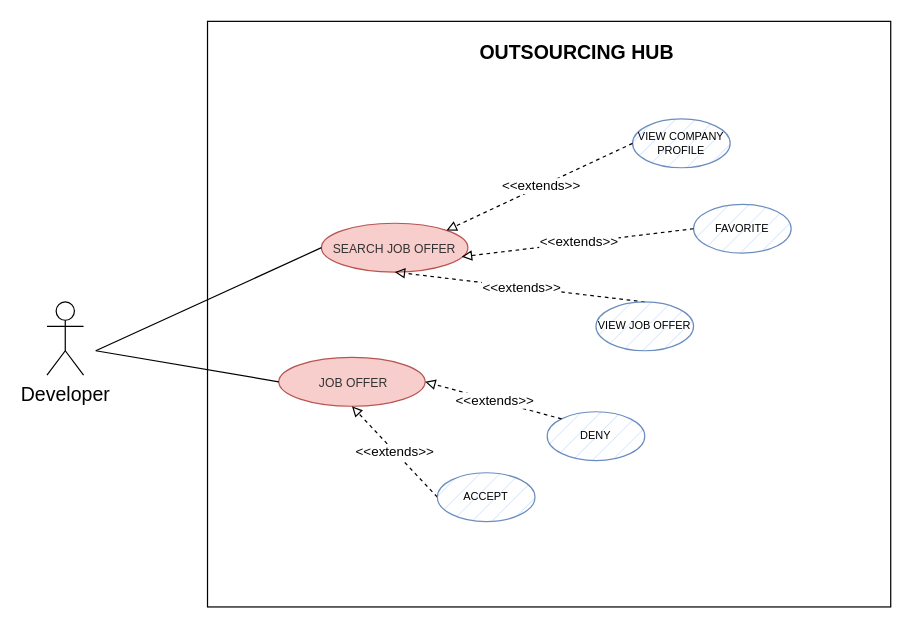
The draw.io diagram use_cases/use_cases_dev.drawio in mattiadanisi00/ids, before the edit. Source tidied: cells renumbered, new cells numbered last; positions are measured from the earlier drawing's top-left corner, leaving out a move shared by most shapes. Both pictures are drawn from the tidied source at 122%, with x=0, y=0 at pixel (46, 21).
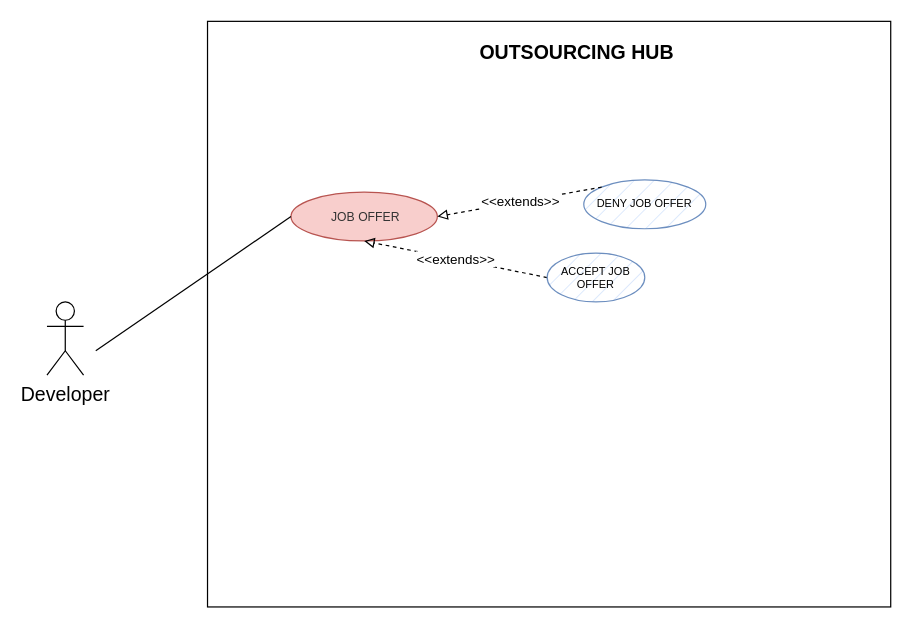
After the change.

What changed in the source:
```diff
@@
-    <mxCell id="5" value="&lt;span style=&quot;caret-color: rgb(0, 0, 0); font-family: Helvetica; font-size: x-small; font-style: normal; font-variant-caps: normal; font-weight: 400; letter-spacing: normal; text-align: center; text-indent: 0px; text-transform: none; word-spacing: 0px; -webkit-text-stroke-width: 0px; text-decoration: none; float: none; display: inline !important;&quot;&gt;&lt;font color=&quot;#333333&quot;&gt;SEARCH JOB OFFER&lt;/font&gt;&lt;/span&gt;" style="ellipse;whiteSpace=wrap;html=1;fillColor=#f8cecc;strokeColor=#b85450;" parent="1" vertex="1">
-      <mxGeometry x="225" y="165.5" width="120" height="40" as="geometry" />
-    </mxCell>
-    <mxCell id="6" style="edgeStyle=none;rounded=0;jettySize=auto;html=1;strokeColor=default;strokeWidth=1;fontSize=10;startArrow=none;startFill=0;endArrow=none;endFill=0;exitX=0;exitY=0.5;exitDx=0;exitDy=0;" parent="1" edge="1" source="5">
-      <mxGeometry relative="1" as="geometry">
-        <mxPoint x="40" y="270" as="targetPoint" />
-      </mxGeometry>
-    </mxCell>
-    <mxCell id="7" value="&lt;font style=&quot;font-size: 9px;&quot;&gt;VIEW COMPANY PROFILE&lt;br style=&quot;font-size: 9px;&quot;&gt;&lt;/font&gt;" style="ellipse;whiteSpace=wrap;html=1;fillColor=#dae8fc;strokeColor=#6c8ebf;fontSize=9;strokeWidth=1;fillStyle=hatch;" parent="1" vertex="1">
-      <mxGeometry x="480" y="80" width="80" height="40" as="geometry" />
-    </mxCell>
-    <mxCell id="8" value="&amp;lt;&amp;lt;extends&amp;gt;&amp;gt;" style="endArrow=block;endFill=0;html=1;rounded=0;dashed=1;exitX=0;exitY=0.5;exitDx=0;exitDy=0;entryX=1;entryY=0;entryDx=0;entryDy=0;" parent="1" edge="1" source="7" target="5">
-      <mxGeometry x="-0.01" relative="1" as="geometry" />
-    </mxCell>
-    <mxCell id="9" value="&lt;font style=&quot;font-size: 9px;&quot;&gt;FAVORITE&lt;br style=&quot;font-size: 9px;&quot;&gt;&lt;/font&gt;" style="ellipse;whiteSpace=wrap;html=1;fillColor=#dae8fc;strokeColor=#6c8ebf;fontSize=9;strokeWidth=1;fillStyle=hatch;" parent="1" vertex="1">
-      <mxGeometry x="530" y="150" width="80" height="40" as="geometry" />
-    </mxCell>
-    <mxCell id="10" value="&amp;lt;&amp;lt;extends&amp;gt;&amp;gt;" style="endArrow=block;endFill=0;html=1;rounded=0;dashed=1;exitX=0;exitY=0.5;exitDx=0;exitDy=0;entryX=0.958;entryY=0.686;entryDx=0;entryDy=0;entryPerimeter=0;" parent="1" edge="1" source="9" target="5">
-      <mxGeometry x="-0.01" relative="1" as="geometry" />
-    </mxCell>
-    <mxCell id="11" value="&amp;lt;&amp;lt;extends&amp;gt;&amp;gt;" style="endArrow=block;endFill=0;html=1;rounded=0;dashed=1;entryX=0.5;entryY=1;entryDx=0;entryDy=0;exitX=0.5;exitY=0;exitDx=0;exitDy=0;" parent="1" edge="1" source="12" target="5">
-      <mxGeometry x="-0.01" relative="1" as="geometry" />
-    </mxCell>
-    <mxCell id="12" value="&lt;font style=&quot;font-size: 9px;&quot;&gt;VIEW JOB OFFER&lt;br style=&quot;font-size: 9px;&quot;&gt;&lt;/font&gt;" style="ellipse;whiteSpace=wrap;html=1;fillColor=#dae8fc;strokeColor=#6c8ebf;fontSize=9;strokeWidth=1;fillStyle=hatch;" parent="1" vertex="1">
-      <mxGeometry x="450" y="230" width="80" height="40" as="geometry" />
-    </mxCell>
     <mxCell id="13" value="&lt;span style=&quot;caret-color: rgb(0, 0, 0); font-family: Helvetica; font-size: x-small; font-style: normal; font-variant-caps: normal; font-weight: 400; letter-spacing: normal; text-align: center; text-indent: 0px; text-transform: none; word-spacing: 0px; -webkit-text-stroke-width: 0px; text-decoration: none; float: none; display: inline !important;&quot;&gt;&lt;font color=&quot;#333333&quot;&gt;&amp;nbsp;JOB OFFER&lt;/font&gt;&lt;/span&gt;" style="ellipse;whiteSpace=wrap;html=1;fillColor=#f8cecc;strokeColor=#b85450;" parent="1" vertex="1">
-      <mxGeometry x="190" y="275.5" width="120" height="40" as="geometry" />
+      <mxGeometry x="200" y="140" width="120" height="40" as="geometry" />
     </mxCell>
@@
-    <mxCell id="16" value="&lt;font style=&quot;font-size: 9px;&quot;&gt;ACCEPT&lt;br style=&quot;font-size: 9px;&quot;&gt;&lt;/font&gt;" style="ellipse;whiteSpace=wrap;html=1;fillColor=#dae8fc;strokeColor=#6c8ebf;fontSize=9;strokeWidth=1;fillStyle=hatch;" parent="1" vertex="1">
-      <mxGeometry x="320" y="370" width="80" height="40" as="geometry" />
+    <mxCell id="16" value="&lt;font style=&quot;font-size: 9px;&quot;&gt;ACCEPT JOB OFFER&lt;br style=&quot;font-size: 9px;&quot;&gt;&lt;/font&gt;" style="ellipse;whiteSpace=wrap;html=1;fillColor=#dae8fc;strokeColor=#6c8ebf;fontSize=9;strokeWidth=1;fillStyle=hatch;" parent="1" vertex="1">
+      <mxGeometry x="410" y="190" width="80" height="40" as="geometry" />
     </mxCell>
-    <mxCell id="17" value="&lt;font style=&quot;font-size: 9px;&quot;&gt;DENY&lt;br style=&quot;font-size: 9px;&quot;&gt;&lt;/font&gt;" style="ellipse;whiteSpace=wrap;html=1;fillColor=#dae8fc;strokeColor=#6c8ebf;fontSize=9;strokeWidth=1;fillStyle=hatch;" parent="1" vertex="1">
-      <mxGeometry x="410" y="320" width="80" height="40" as="geometry" />
+    <mxCell id="17" value="&lt;font style=&quot;font-size: 9px;&quot;&gt;DENY JOB OFFER&lt;br style=&quot;font-size: 9px;&quot;&gt;&lt;/font&gt;" style="ellipse;whiteSpace=wrap;html=1;fillColor=#dae8fc;strokeColor=#6c8ebf;fontSize=9;strokeWidth=1;fillStyle=hatch;" parent="1" vertex="1">
+      <mxGeometry x="440" y="130" width="100" height="40" as="geometry" />
     </mxCell>
```
